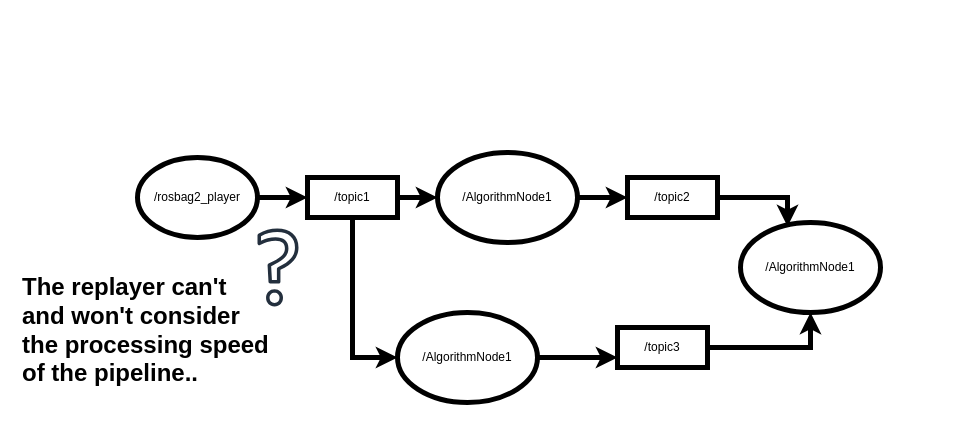
The draw.io diagram controlled_replay/doc/problem.drawio in phildue/controlled_replay, before the edit. Source tidied: cells renumbered, new cells numbered last; positions are measured from the earlier drawing's top-left corner, leaving out a move shared by most shapes. Both pictures are drawn from the tidied source at 100%, with x=0, y=0 at pixel (17, 152).
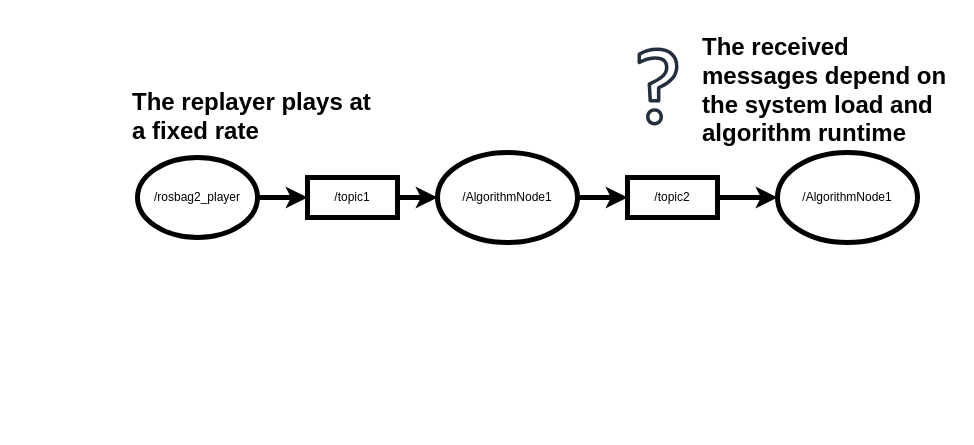
The same page after the edit.

What changed in the source:
```diff
@@
 <mxGraphModel>
   <root>
     <mxCell id="0" />
     <mxCell id="1" parent="0" />
     <mxCell id="2" style="edgeStyle=orthogonalEdgeStyle;rounded=0;jettySize=auto;html=1;exitX=1;exitY=0.5;exitDx=0;exitDy=0;strokeWidth=5;" parent="1" edge="1" source="3" target="8">
       <mxGeometry relative="1" as="geometry" />
     </mxCell>
     <mxCell id="3" value="/rosbag2_player" style="ellipse;whiteSpace=wrap;html=1;strokeWidth=5;" parent="1" vertex="1">
       <mxGeometry x="120" y="5" width="120" height="80" as="geometry" />
     </mxCell>
     <mxCell id="4" style="edgeStyle=orthogonalEdgeStyle;rounded=0;jettySize=auto;html=1;exitX=1;exitY=0.5;exitDx=0;exitDy=0;entryX=0;entryY=0.5;entryDx=0;entryDy=0;strokeWidth=5;" parent="1" edge="1" source="5" target="12">
       <mxGeometry relative="1" as="geometry" />
     </mxCell>
     <mxCell id="5" value="/AlgorithmNode1" style="ellipse;whiteSpace=wrap;html=1;strokeWidth=5;" parent="1" vertex="1">
       <mxGeometry x="420" width="140" height="90" as="geometry" />
     </mxCell>
     <mxCell id="6" style="edgeStyle=orthogonalEdgeStyle;rounded=0;jettySize=auto;html=1;exitX=1;exitY=0.5;exitDx=0;exitDy=0;strokeWidth=5;" parent="1" edge="1" source="8" target="5">
       <mxGeometry relative="1" as="geometry" />
     </mxCell>
-    <mxCell id="7" style="edgeStyle=orthogonalEdgeStyle;rounded=0;jettySize=auto;html=1;exitX=0.5;exitY=1;exitDx=0;exitDy=0;entryX=0;entryY=0.5;entryDx=0;entryDy=0;strokeWidth=5;" parent="1" edge="1" source="8" target="14">
-      <mxGeometry relative="1" as="geometry" />
-    </mxCell>
     <mxCell id="8" value="/topic1" style="rounded=0;whiteSpace=wrap;html=1;strokeWidth=5;" parent="1" vertex="1">
       <mxGeometry x="290" y="25" width="90" height="40" as="geometry" />
     </mxCell>
-    <mxCell id="9" style="sketch=0;fontColor=#232F3E;gradientColor=none;fillColor=#232F3D;strokeColor=none;dashed=0;verticalLabelPosition=bottom;verticalAlign=top;align=center;html=1;fontSize=12;fontStyle=0;shape=mxgraph.aws4.question;" parent="1" vertex="1">
-      <mxGeometry x="240" y="76" width="41" height="78" as="geometry" />
-    </mxCell>
-    <mxCell id="10" value="&lt;h1&gt;The replayer can't and won't consider the processing speed of the pipeline..&lt;/h1&gt;" style="text;html=1;strokeColor=none;fillColor=none;spacing=5;spacingTop=-20;whiteSpace=wrap;overflow=hidden;rounded=0;" parent="1" vertex="1">
-      <mxGeometry y="115" width="260" height="160" as="geometry" />
+    <mxCell id="10" value="&lt;h1&gt;The replayer plays at a fixed rate&lt;/h1&gt;" style="text;html=1;strokeColor=none;fillColor=none;spacing=5;spacingTop=-20;whiteSpace=wrap;overflow=hidden;rounded=0;" parent="1" vertex="1">
+      <mxGeometry x="110" y="-70" width="260" height="160" as="geometry" />
     </mxCell>
     <mxCell id="11" value="/AlgorithmNode1" style="ellipse;whiteSpace=wrap;html=1;strokeWidth=5;" parent="1" vertex="1">
-      <mxGeometry x="723" y="70" width="140" height="90" as="geometry" />
+      <mxGeometry x="760" width="140" height="90" as="geometry" />
     </mxCell>
+    <mxCell id="17" style="edgeStyle=orthogonalEdgeStyle;rounded=0;jettySize=auto;html=1;exitX=1;exitY=0.5;exitDx=0;exitDy=0;strokeWidth=5;" parent="1" edge="1" source="12" target="11">
+      <mxGeometry relative="1" as="geometry" />
+    </mxCell>
     <mxCell id="12" value="/topic2" style="rounded=0;whiteSpace=wrap;html=1;strokeWidth=5;" parent="1" vertex="1">
       <mxGeometry x="610" y="25" width="90" height="40" as="geometry" />
     </mxCell>
-    <mxCell id="13" style="edgeStyle=orthogonalEdgeStyle;rounded=0;jettySize=auto;html=1;exitX=1;exitY=0.5;exitDx=0;exitDy=0;entryX=0;entryY=0.75;entryDx=0;entryDy=0;strokeWidth=5;" parent="1" edge="1" source="14" target="16">
-      <mxGeometry relative="1" as="geometry" />
-    </mxCell>
-    <mxCell id="14" value="/AlgorithmNode1" style="ellipse;whiteSpace=wrap;html=1;strokeWidth=5;" parent="1" vertex="1">
-      <mxGeometry x="380" y="160" width="140" height="90" as="geometry" />
-    </mxCell>
-    <mxCell id="15" style="edgeStyle=orthogonalEdgeStyle;rounded=0;jettySize=auto;html=1;exitX=1;exitY=0.5;exitDx=0;exitDy=0;strokeWidth=5;" parent="1" edge="1" source="16" target="11">
-      <mxGeometry relative="1" as="geometry" />
-    </mxCell>
-    <mxCell id="16" value="/topic3&lt;br&gt;" style="rounded=0;whiteSpace=wrap;html=1;strokeWidth=5;" parent="1" vertex="1">
-      <mxGeometry x="600" y="175" width="90" height="40" as="geometry" />
-    </mxCell>
-    <mxCell id="17" style="edgeStyle=orthogonalEdgeStyle;rounded=0;jettySize=auto;html=1;exitX=1;exitY=0.5;exitDx=0;exitDy=0;entryX=0.336;entryY=0.044;entryDx=0;entryDy=0;entryPerimeter=0;strokeWidth=5;" parent="1" edge="1" source="12" target="11">
-      <mxGeometry relative="1" as="geometry">
-        <Array as="points">
-          <mxPoint x="770" y="45" />
-        </Array>
-      </mxGeometry>
-    </mxCell>
+    <mxCell id="18" style="sketch=0;fontColor=#232F3E;gradientColor=none;fillColor=#232F3D;strokeColor=none;dashed=0;verticalLabelPosition=bottom;verticalAlign=top;align=center;html=1;fontSize=12;fontStyle=0;shape=mxgraph.aws4.question;" parent="1" vertex="1">
+      <mxGeometry x="620" y="-105" width="41" height="78" as="geometry" />
+    </mxCell>
+    <mxCell id="19" value="&lt;h1&gt;The received messages depend on the system load and algorithm runtime&lt;/h1&gt;" style="text;html=1;strokeColor=none;fillColor=none;spacing=5;spacingTop=-20;whiteSpace=wrap;overflow=hidden;rounded=0;" parent="1" vertex="1">
+      <mxGeometry x="680" y="-125" width="260" height="160" as="geometry" />
+    </mxCell>
   </root>
 </mxGraphModel>
```
